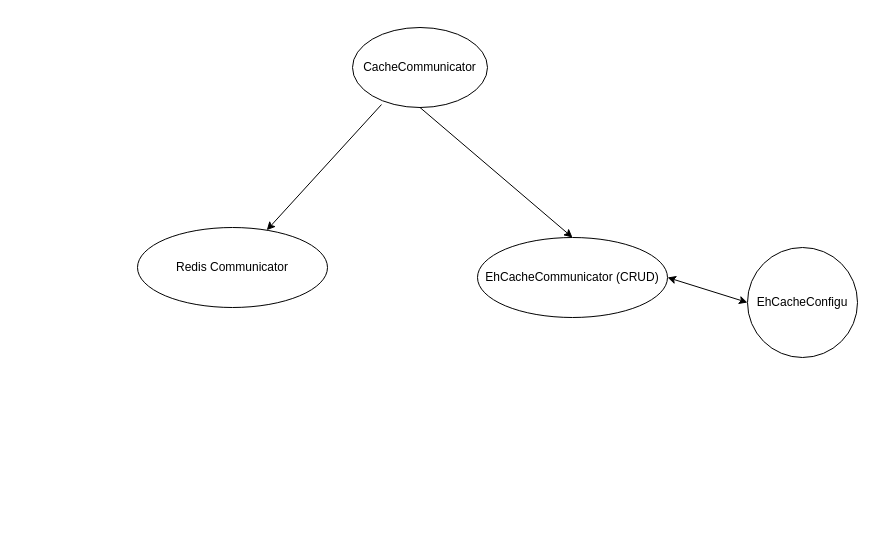
anshuldevmehta/RandomDiagrams keeps this draw.io diagram as CacheCrud.drawio. Above is the earlier version. Source tidied: cells renumbered, new cells numbered last; positions are measured from the earlier drawing's top-left corner, leaving out a move shared by most shapes. Both pictures are drawn from the tidied source at 100%, with x=0, y=0 at pixel (137, 27).
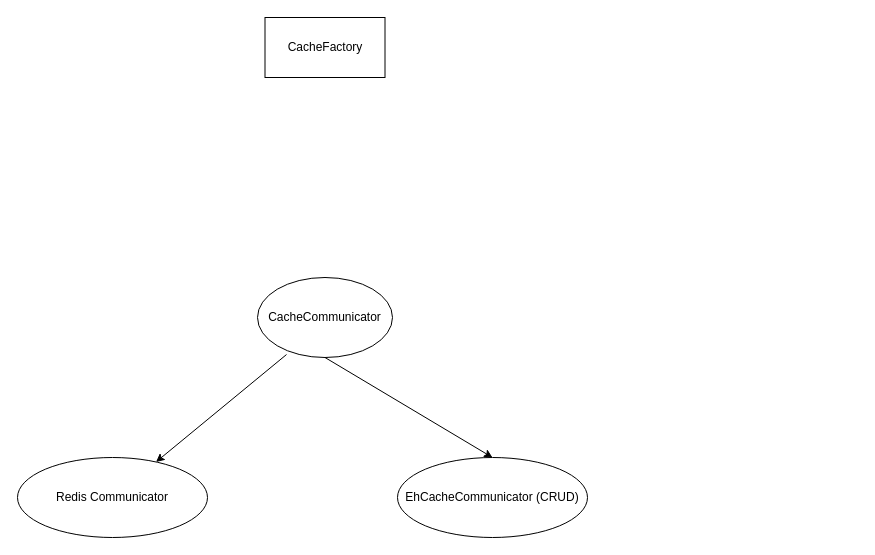
After the change.

Change to the diagram source:
```diff
@@
 <mxGraphModel>
   <root>
     <mxCell id="0" />
     <mxCell id="1" parent="0" />
     <mxCell id="2" value="EhCacheCommunicator (CRUD)" style="ellipse;whiteSpace=wrap;html=1;" parent="1" vertex="1">
-      <mxGeometry x="340" y="210" width="190" height="80" as="geometry" />
+      <mxGeometry x="260" y="430" width="190" height="80" as="geometry" />
     </mxCell>
     <mxCell id="3" value="CacheCommunicator" style="ellipse;whiteSpace=wrap;html=1;" parent="1" vertex="1">
-      <mxGeometry x="215" width="135" height="80" as="geometry" />
+      <mxGeometry x="120" y="250" width="135" height="80" as="geometry" />
     </mxCell>
     <mxCell id="4" style="endArrow=classic;html=1;rounded=0;entryX=0.5;entryY=0;entryDx=0;entryDy=0;exitX=0.5;exitY=1;exitDx=0;exitDy=0;" parent="1" edge="1" source="3" target="2">
       <mxGeometry relative="1" as="geometry" />
     </mxCell>
     <mxCell id="5" value="Redis Communicator" style="ellipse;whiteSpace=wrap;html=1;" parent="1" vertex="1">
-      <mxGeometry y="200" width="190" height="80" as="geometry" />
+      <mxGeometry x="-120" y="430" width="190" height="80" as="geometry" />
     </mxCell>
     <mxCell id="6" style="endArrow=classic;html=1;rounded=0;exitX=0.215;exitY=0.963;exitDx=0;exitDy=0;exitPerimeter=0;" parent="1" edge="1" source="3" target="5">
       <mxGeometry relative="1" as="geometry" />
     </mxCell>
-    <mxCell id="7" value="EhCacheConfigu" style="ellipse;whiteSpace=wrap;html=1;" parent="1" vertex="1">
-      <mxGeometry x="610" y="220" width="110" height="110" as="geometry" />
-    </mxCell>
-    <mxCell id="8" style="endArrow=classic;startArrow=classic;html=1;rounded=0;entryX=0;entryY=0.5;entryDx=0;entryDy=0;" parent="1" edge="1" target="7">
-      <mxGeometry relative="1" as="geometry">
-        <mxPoint x="530" y="250" as="sourcePoint" />
-      </mxGeometry>
-    </mxCell>
+    <mxCell id="9" value="CacheFactory" style="rounded=0;whiteSpace=wrap;html=1;" parent="1" vertex="1">
+      <mxGeometry x="127.5" y="-10" width="120" height="60" as="geometry" />
+    </mxCell>
   </root>
 </mxGraphModel>
```
